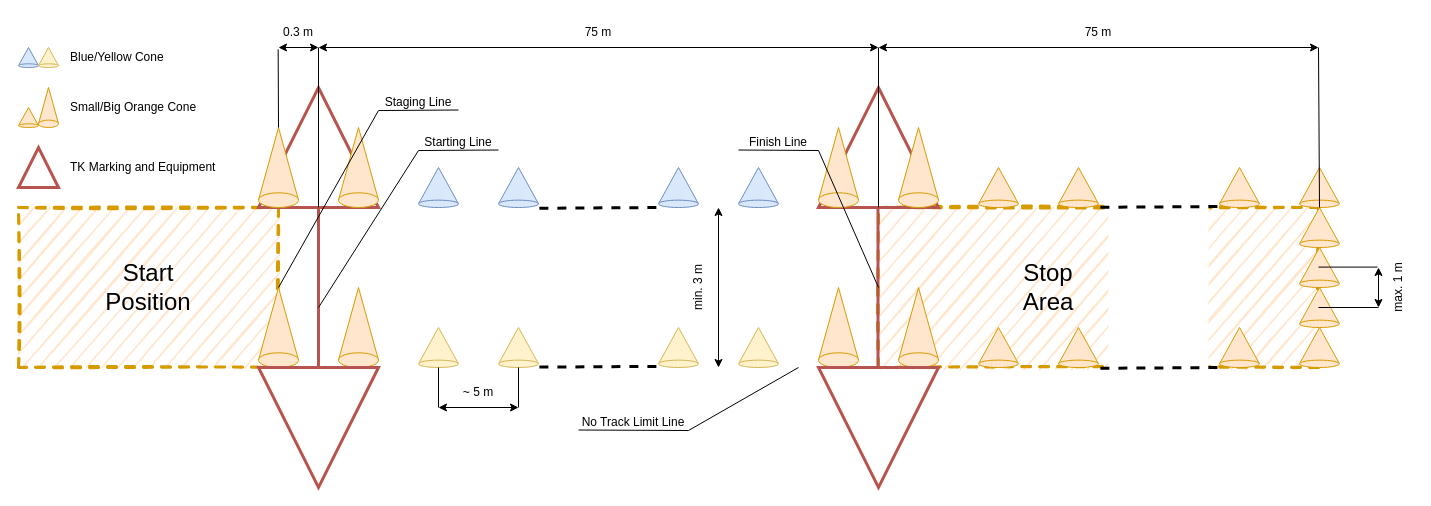
Earlier version of the draw.io diagram ressources/figures/FS_Event_Acceleration.drawio (Beomar97/path-planning-docs). Source tidied: cells renumbered, new cells numbered last; positions are measured from the earlier drawing's top-left corner, leaving out a move shared by most shapes. Both pictures are drawn from the tidied source at 100%, with x=0, y=0 at pixel (18, 17).
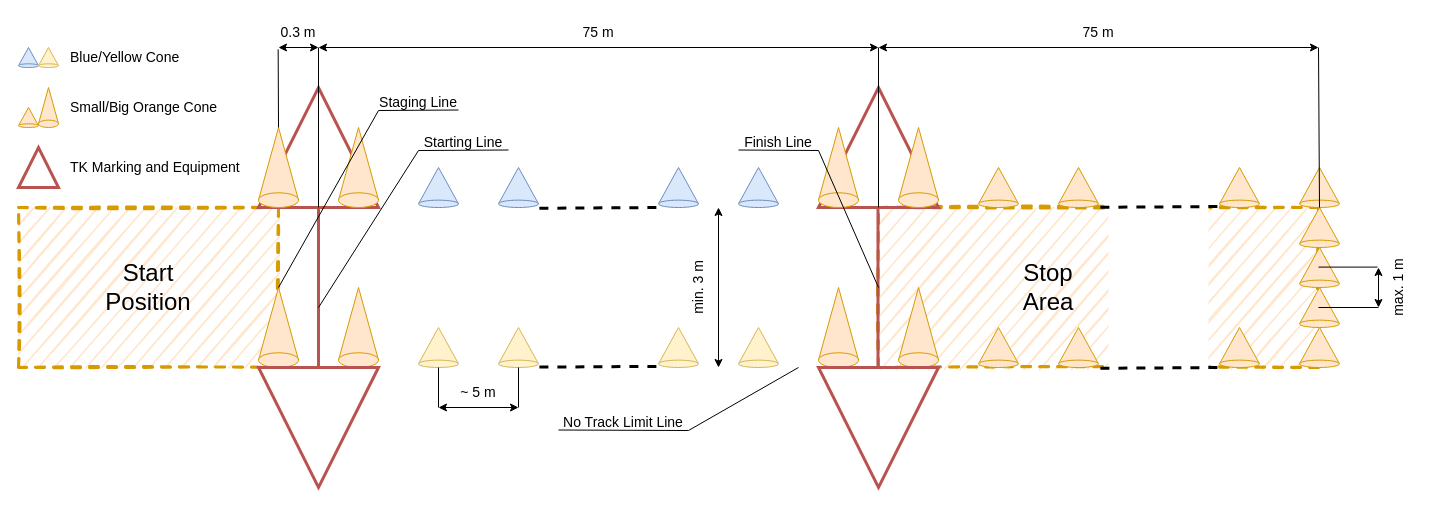
The same diagram, later.

Commit message (it also covers changes not shown here):
docs: update track events figures

The edit, as a diff of the source:
```diff
@@
-    <mxCell id="40" value="min. 3 m" style="text;html=1;strokeColor=none;fillColor=none;align=center;verticalAlign=middle;whiteSpace=wrap;rounded=0;glass=0;dashed=1;sketch=1;fontSize=12;rotation=-90;" parent="1" vertex="1">
+    <mxCell id="40" value="min. 3 m" style="text;html=1;strokeColor=none;fillColor=none;align=center;verticalAlign=middle;whiteSpace=wrap;rounded=0;glass=0;dashed=1;sketch=1;fontSize=14;rotation=-90;" parent="1" vertex="1">
       <mxGeometry x="650" y="255" width="60" height="30" as="geometry" />
     </mxCell>
-    <mxCell id="41" value="max. 1 m" style="text;html=1;strokeColor=none;fillColor=none;align=center;verticalAlign=middle;whiteSpace=wrap;rounded=0;glass=0;dashed=1;sketch=1;fontSize=12;rotation=-90;" parent="1" vertex="1">
+    <mxCell id="41" value="max. 1 m" style="text;html=1;strokeColor=none;fillColor=none;align=center;verticalAlign=middle;whiteSpace=wrap;rounded=0;glass=0;dashed=1;sketch=1;fontSize=14;rotation=-90;" parent="1" vertex="1">
       <mxGeometry x="1350" y="255" width="60" height="30" as="geometry" />
     </mxCell>
-    <mxCell id="42" value="~ 5 m" style="text;html=1;strokeColor=none;fillColor=none;align=center;verticalAlign=middle;whiteSpace=wrap;rounded=0;glass=0;dashed=1;sketch=1;fontSize=12;rotation=0;" parent="1" vertex="1">
+    <mxCell id="42" value="~ 5 m" style="text;html=1;strokeColor=none;fillColor=none;align=center;verticalAlign=middle;whiteSpace=wrap;rounded=0;glass=0;dashed=1;sketch=1;fontSize=14;rotation=0;" parent="1" vertex="1">
       <mxGeometry x="430" y="360" width="60" height="30" as="geometry" />
     </mxCell>
-    <mxCell id="43" value="75 m" style="text;html=1;strokeColor=none;fillColor=none;align=center;verticalAlign=middle;whiteSpace=wrap;rounded=0;glass=0;dashed=1;sketch=1;fontSize=12;rotation=0;" parent="1" vertex="1">
+    <mxCell id="43" value="75 m" style="text;html=1;strokeColor=none;fillColor=none;align=center;verticalAlign=middle;whiteSpace=wrap;rounded=0;glass=0;dashed=1;sketch=1;fontSize=14;rotation=0;" parent="1" vertex="1">
       <mxGeometry x="550" width="60" height="30" as="geometry" />
     </mxCell>
-    <mxCell id="44" value="75 m" style="text;html=1;strokeColor=none;fillColor=none;align=center;verticalAlign=middle;whiteSpace=wrap;rounded=0;glass=0;dashed=1;sketch=1;fontSize=12;rotation=0;" parent="1" vertex="1">
+    <mxCell id="44" value="75 m" style="text;html=1;strokeColor=none;fillColor=none;align=center;verticalAlign=middle;whiteSpace=wrap;rounded=0;glass=0;dashed=1;sketch=1;fontSize=14;rotation=0;" parent="1" vertex="1">
       <mxGeometry x="1050" width="60" height="30" as="geometry" />
     </mxCell>
-    <mxCell id="45" value="0.3 m" style="text;html=1;strokeColor=none;fillColor=none;align=center;verticalAlign=middle;whiteSpace=wrap;rounded=0;glass=0;dashed=1;sketch=1;fontSize=12;rotation=0;" parent="1" vertex="1">
+    <mxCell id="45" value="0.3 m" style="text;html=1;strokeColor=none;fillColor=none;align=center;verticalAlign=middle;whiteSpace=wrap;rounded=0;glass=0;dashed=1;sketch=1;fontSize=14;rotation=0;" parent="1" vertex="1">
       <mxGeometry x="250" width="60" height="30" as="geometry" />
     </mxCell>
@@
-    <mxCell id="59" value="Staging Line" style="text;html=1;strokeColor=none;fillColor=none;align=center;verticalAlign=middle;whiteSpace=wrap;rounded=0;glass=0;dashed=1;sketch=1;fontSize=12;" parent="1" vertex="1">
+    <mxCell id="59" value="Staging Line" style="text;html=1;strokeColor=none;fillColor=none;align=center;verticalAlign=middle;whiteSpace=wrap;rounded=0;glass=0;dashed=1;sketch=1;fontSize=14;" parent="1" vertex="1">
       <mxGeometry x="360" y="70" width="80" height="30" as="geometry" />
     </mxCell>
-    <mxCell id="60" value="Starting Line" style="text;html=1;strokeColor=none;fillColor=none;align=center;verticalAlign=middle;whiteSpace=wrap;rounded=0;glass=0;dashed=1;sketch=1;fontSize=12;" parent="1" vertex="1">
-      <mxGeometry x="400" y="110" width="80" height="30" as="geometry" />
+    <mxCell id="60" value="Starting Line" style="text;html=1;strokeColor=none;fillColor=none;align=center;verticalAlign=middle;whiteSpace=wrap;rounded=0;glass=0;dashed=1;sketch=1;fontSize=14;" parent="1" vertex="1">
+      <mxGeometry x="400" y="110" width="90" height="30" as="geometry" />
     </mxCell>
@@
-    <mxCell id="63" value="Finish Line" style="text;html=1;strokeColor=none;fillColor=none;align=center;verticalAlign=middle;whiteSpace=wrap;rounded=0;glass=0;dashed=1;sketch=1;fontSize=12;" parent="1" vertex="1">
+    <mxCell id="63" value="Finish Line" style="text;html=1;strokeColor=none;fillColor=none;align=center;verticalAlign=middle;whiteSpace=wrap;rounded=0;glass=0;dashed=1;sketch=1;fontSize=14;" parent="1" vertex="1">
       <mxGeometry x="720" y="110" width="80" height="30" as="geometry" />
     </mxCell>
@@
-    <mxCell id="69" value="Blue/Yellow Cone" style="text;html=1;strokeColor=none;fillColor=none;align=left;verticalAlign=middle;whiteSpace=wrap;rounded=0;" parent="1" vertex="1">
-      <mxGeometry x="50" y="25" width="100" height="30" as="geometry" />
+    <mxCell id="69" value="Blue/Yellow Cone" style="text;html=1;strokeColor=none;fillColor=none;align=left;verticalAlign=middle;whiteSpace=wrap;rounded=0;fontSize=14;" parent="1" vertex="1">
+      <mxGeometry x="50" y="25" width="120" height="30" as="geometry" />
     </mxCell>
@@
-    <mxCell id="72" value="Small/Big Orange Cone" style="text;html=1;strokeColor=none;fillColor=none;align=left;verticalAlign=middle;whiteSpace=wrap;rounded=0;" parent="1" vertex="1">
-      <mxGeometry x="50" y="75" width="130" height="30" as="geometry" />
+    <mxCell id="72" value="Small/Big Orange Cone" style="text;html=1;strokeColor=none;fillColor=none;align=left;verticalAlign=middle;whiteSpace=wrap;rounded=0;fontSize=14;" parent="1" vertex="1">
+      <mxGeometry x="50" y="75" width="150" height="30" as="geometry" />
     </mxCell>
@@
-    <mxCell id="74" value="TK Marking and Equipment" style="text;html=1;strokeColor=none;fillColor=none;align=left;verticalAlign=middle;whiteSpace=wrap;rounded=0;" parent="1" vertex="1">
-      <mxGeometry x="50" y="135" width="150" height="30" as="geometry" />
+    <mxCell id="74" value="TK Marking and Equipment" style="text;html=1;strokeColor=none;fillColor=none;align=left;verticalAlign=middle;whiteSpace=wrap;rounded=0;fontSize=14;" parent="1" vertex="1">
+      <mxGeometry x="50" y="135" width="180" height="30" as="geometry" />
     </mxCell>
-    <mxCell id="75" value="No Track Limit Line" style="text;html=1;strokeColor=none;fillColor=none;align=center;verticalAlign=middle;whiteSpace=wrap;rounded=0;glass=0;dashed=1;sketch=1;fontSize=12;" parent="1" vertex="1">
-      <mxGeometry x="560" y="390" width="110" height="30" as="geometry" />
+    <mxCell id="75" value="No Track Limit Line" style="text;html=1;strokeColor=none;fillColor=none;align=center;verticalAlign=middle;whiteSpace=wrap;rounded=0;glass=0;dashed=1;sketch=1;fontSize=14;" parent="1" vertex="1">
+      <mxGeometry x="540" y="390" width="130" height="30" as="geometry" />
     </mxCell>
```
